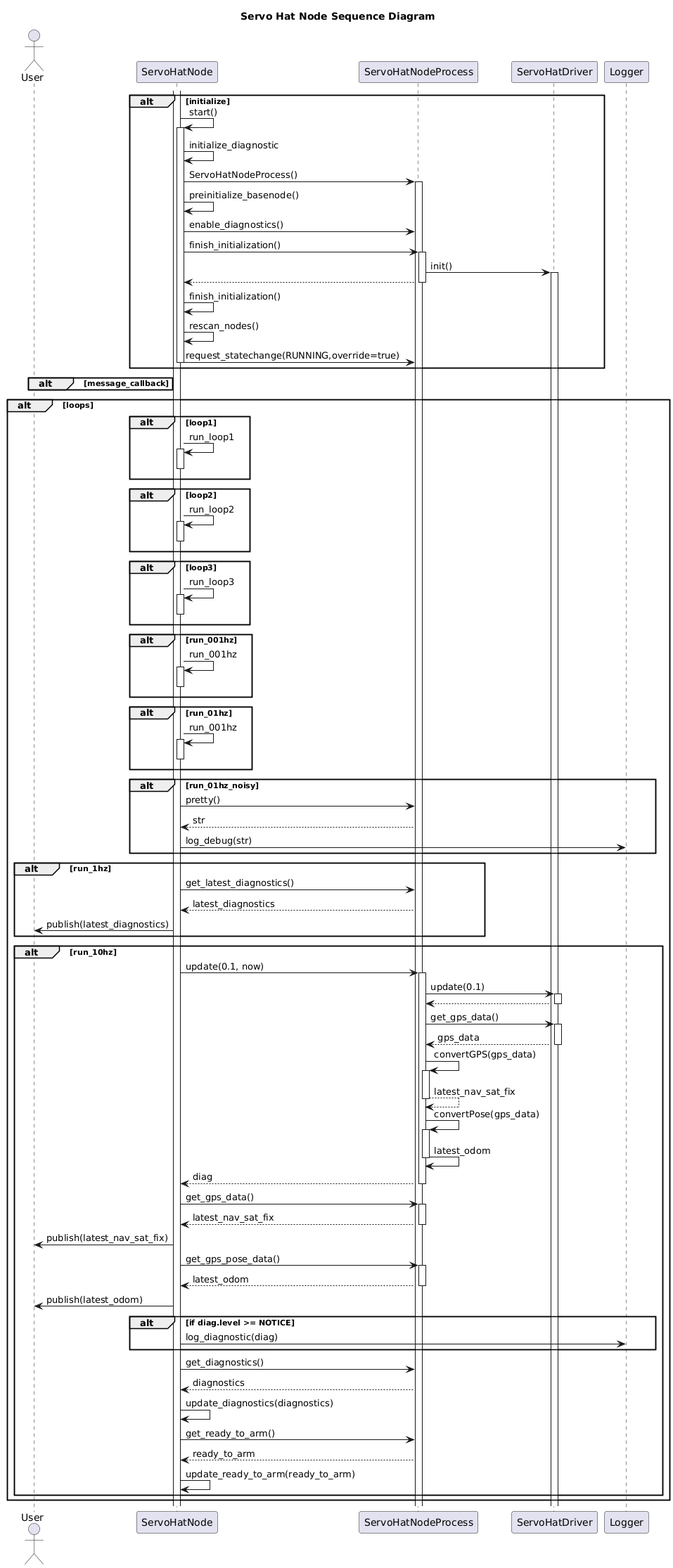
Earlier version of the PlantUML export nodes/ServoHatNode/doc/output/ServoHatNodeSequenceDiagram.png (dgitz/ros_hats). The source it was exported from:
```plantuml
@startuml
title Servo Hat Node Sequence Diagram
actor User as user
participant ServoHatNode as node
participant ServoHatNodeProcess as process
participant ServoHatDriver as driver
participant Logger as logger

alt initialize
    activate node
    node -> node++: start()
    node -> node: initialize_diagnostic
    node -> process++: ServoHatNodeProcess()
    node -> node: preinitialize_basenode()
    node -> process: enable_diagnostics()
    node -> process++: finish_initialization()
    process -> driver++: init()
    process --> node--
    node -> node: finish_initialization()
    node -> node: rescan_nodes()
    node -> process: request_statechange(RUNNING,override=true)
    node--
end

alt message_callback
end

alt loops
    alt loop1
        node -> node++: run_loop1
        node--
    end
    alt loop2
        node -> node++: run_loop2
        node--
    end
    alt loop3
        node -> node++: run_loop3
        node--
    end
    alt run_001hz
        node -> node++: run_001hz
        node--
    end
    alt run_01hz
        node -> node++: run_001hz
        node--
    end
    alt run_01hz_noisy
        node -> process: pretty()
        process --> node: str
        node -> logger: log_debug(str)
    end
    alt run_1hz
        node -> process: get_latest_diagnostics()
        process --> node: latest_diagnostics
        node -> user: publish(latest_diagnostics)
    end
    alt run_10hz
        node -> process++: update(0.1, now)
        process -> driver++: update(0.1)
        driver --> process--
        process -> driver++: get_gps_data()
        driver --> process--: gps_data
        process -> process++: convertGPS(gps_data)
        process --> process--: latest_nav_sat_fix
        process -> process++: convertPose(gps_data)
        process -> process--: latest_odom
        process --> node--: diag
        node -> process++: get_gps_data()
        process --> node--: latest_nav_sat_fix
        node -> user: publish(latest_nav_sat_fix)
        node -> process++: get_gps_pose_data()
        process --> node--: latest_odom
        node -> user: publish(latest_odom)

        alt if diag.level >= NOTICE
            node -> logger: log_diagnostic(diag)
        end
        node -> process: get_diagnostics()
        process --> node: diagnostics
        node -> node: update_diagnostics(diagnostics)
        node -> process: get_ready_to_arm()
        process --> node: ready_to_arm
        node -> node: update_ready_to_arm(ready_to_arm)

    end
end
@enduml
```
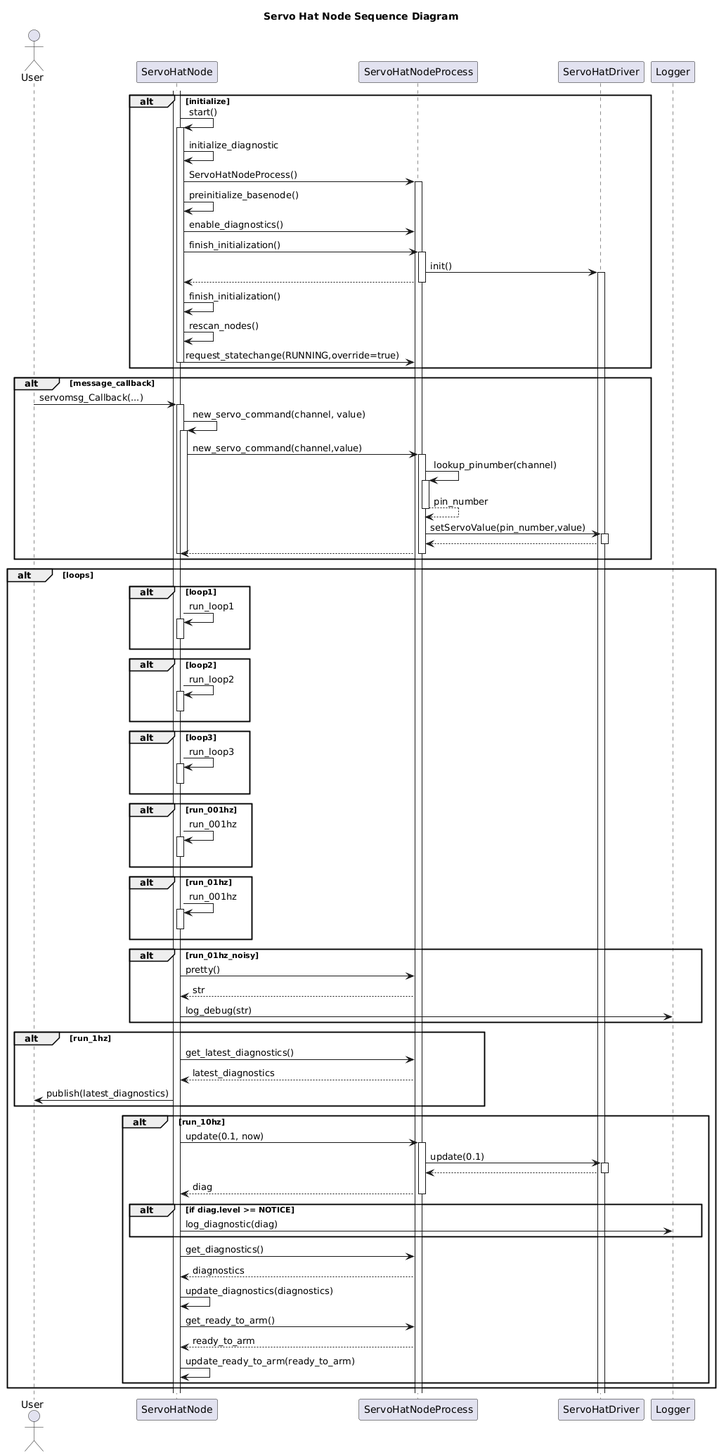
After the change.

What changed in the source:
```diff
@@ -23,6 +23,16 @@
 end
 
 alt message_callback
+    user -> node++: servomsg_Callback(...)
+    node -> node++: new_servo_command(channel, value)
+    node -> process++: new_servo_command(channel,value)
+    process -> process++: lookup_pinumber(channel)
+    process --> process--: pin_number
+    process -> driver++: setServoValue(pin_number,value)
+    driver --> process--
+    process --> node--
+    node--
+    node--
 end
 
 alt loops
@@ -60,19 +70,7 @@
         node -> process++: update(0.1, now)
         process -> driver++: update(0.1)
         driver --> process--
-        process -> driver++: get_gps_data()
-        driver --> process--: gps_data
-        process -> process++: convertGPS(gps_data)
-        process --> process--: latest_nav_sat_fix
-        process -> process++: convertPose(gps_data)
-        process -> process--: latest_odom
         process --> node--: diag
-        node -> process++: get_gps_data()
-        process --> node--: latest_nav_sat_fix
-        node -> user: publish(latest_nav_sat_fix)
-        node -> process++: get_gps_pose_data()
-        process --> node--: latest_odom
-        node -> user: publish(latest_odom)
 
         alt if diag.level >= NOTICE
             node -> logger: log_diagnostic(diag)
```
